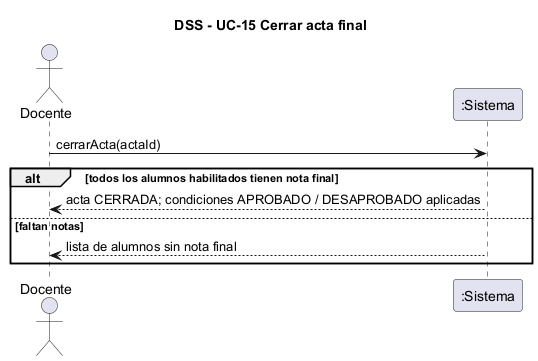
Above: document/diagramas/dss-cerrar-acta.png in ISMAELALTHENOFER/BACKOFFICE-ACADEMICO-ITEC-N-1 (PlantUML), before the change.
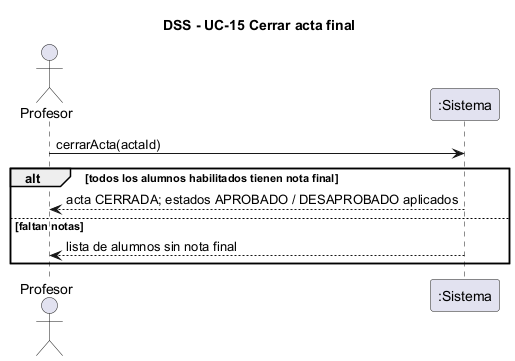
The same file after the commit.

What changed in the source:
```diff
@@ -1,11 +1,11 @@
 @startuml dss-cerrar-acta
 skinparam shadowing false
 title DSS - UC-15 Cerrar acta final
-actor "Docente" as U
+actor "Profesor" as U
 participant ":Sistema" as S
 U -> S : cerrarActa(actaId)
 alt todos los alumnos habilitados tienen nota final
-  S --> U : acta CERRADA; condiciones APROBADO / DESAPROBADO aplicadas
+  S --> U : acta CERRADA; estados APROBADO / DESAPROBADO aplicados
 else faltan notas
   S --> U : lista de alumnos sin nota final
 end
```
